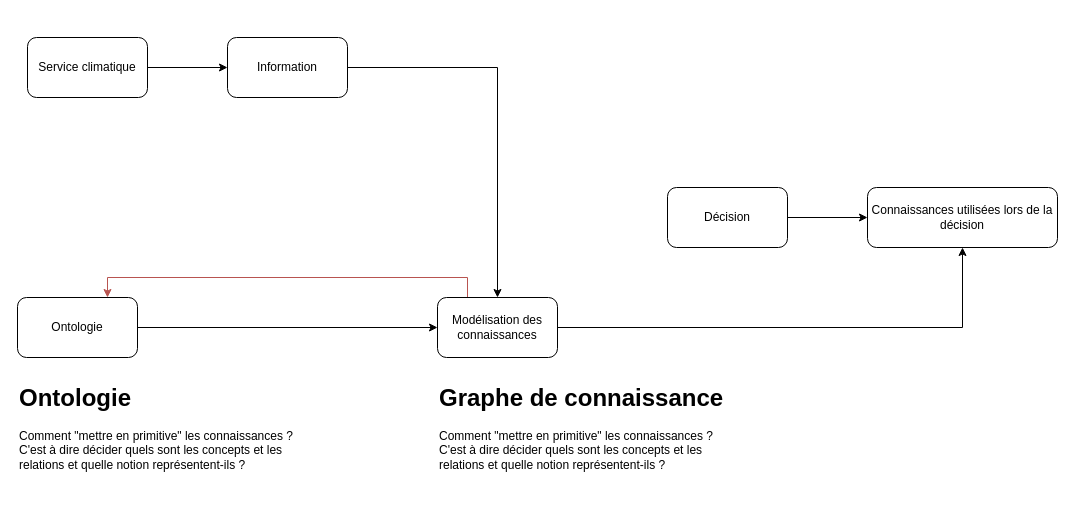
Earlier version of the draw.io diagram Reflexion these.drawio (Konsilion/konsilion-drive). Source tidied: cells renumbered, new cells numbered last; positions are measured from the earlier drawing's top-left corner, leaving out a move shared by most shapes. Both pictures are drawn from the tidied source at 100%, with x=0, y=0 at pixel (17, 37).
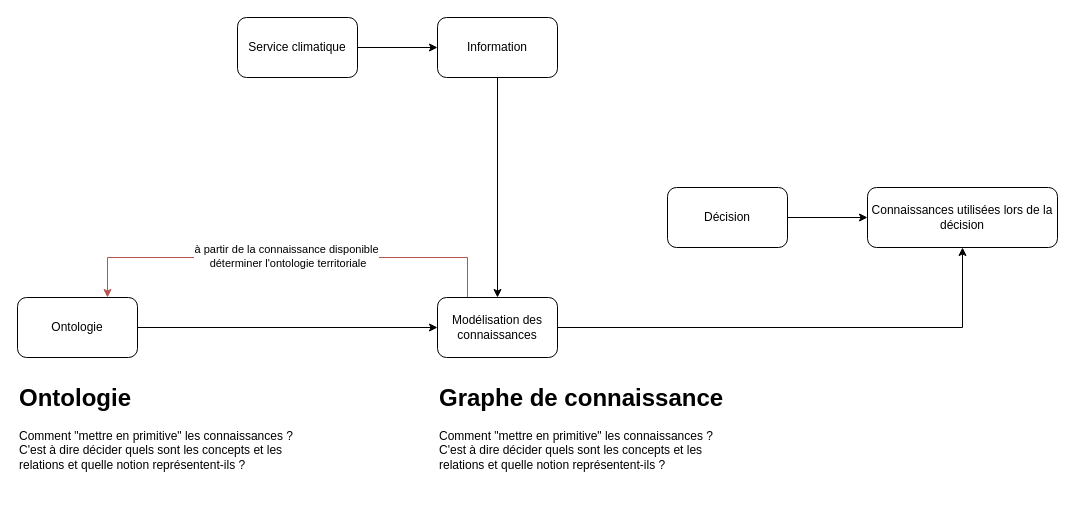
Above is the later version.

Commit message (it also covers changes not shown here):
Mettre à jour Reflexion these.drawio

Change to the diagram source:
```diff
@@
 <mxGraphModel>
   <root>
     <mxCell id="0" />
     <mxCell id="1" parent="0" />
     <mxCell id="2" style="edgeStyle=orthogonalEdgeStyle;rounded=0;jettySize=auto;html=1;" parent="1" edge="1" source="3" target="5">
       <mxGeometry relative="1" as="geometry" />
     </mxCell>
     <mxCell id="3" value="Service climatique" style="rounded=1;whiteSpace=wrap;html=1;" parent="1" vertex="1">
-      <mxGeometry x="10" width="120" height="60" as="geometry" />
+      <mxGeometry x="220" y="-20" width="120" height="60" as="geometry" />
     </mxCell>
     <mxCell id="4" style="edgeStyle=orthogonalEdgeStyle;rounded=0;jettySize=auto;html=1;entryX=0.5;entryY=0;entryDx=0;entryDy=0;" parent="1" edge="1" source="5" target="10">
       <mxGeometry relative="1" as="geometry" />
     </mxCell>
     <mxCell id="5" value="Information" style="rounded=1;whiteSpace=wrap;html=1;" parent="1" vertex="1">
-      <mxGeometry x="210" width="120" height="60" as="geometry" />
+      <mxGeometry x="420" y="-20" width="120" height="60" as="geometry" />
     </mxCell>
     <mxCell id="6" style="edgeStyle=orthogonalEdgeStyle;rounded=0;jettySize=auto;html=1;entryX=0;entryY=0.5;entryDx=0;entryDy=0;" parent="1" edge="1" source="7" target="10">
       <mxGeometry relative="1" as="geometry" />
     </mxCell>
     <mxCell id="7" value="Ontologie" style="rounded=1;whiteSpace=wrap;html=1;" parent="1" vertex="1">
       <mxGeometry y="260" width="120" height="60" as="geometry" />
     </mxCell>
     <mxCell id="8" style="edgeStyle=orthogonalEdgeStyle;rounded=0;jettySize=auto;html=1;entryX=0.5;entryY=1;entryDx=0;entryDy=0;" parent="1" edge="1" source="10" target="13">
       <mxGeometry relative="1" as="geometry" />
     </mxCell>
     <mxCell id="9" style="edgeStyle=orthogonalEdgeStyle;rounded=0;jettySize=auto;html=1;exitX=0.25;exitY=0;exitDx=0;exitDy=0;entryX=0.75;entryY=0;entryDx=0;entryDy=0;fillColor=#f8cecc;strokeColor=#b85450;" parent="1" edge="1" source="10" target="7">
-      <mxGeometry relative="1" as="geometry" />
+      <mxGeometry relative="1" as="geometry">
+        <Array as="points">
+          <mxPoint x="450" y="220" />
+          <mxPoint x="90" y="220" />
+        </Array>
+      </mxGeometry>
     </mxCell>
+    <mxCell id="16" value="à partir de la connaissance disponible&lt;div&gt;&amp;nbsp;déterminer l'ontologie territoriale&lt;/div&gt;" style="edgeLabel;html=1;align=center;verticalAlign=middle;" parent="9" vertex="1">
+      <mxGeometry x="0.01" y="-2" relative="1" as="geometry" />
+    </mxCell>
     <mxCell id="10" value="Modélisation des connaissances" style="rounded=1;whiteSpace=wrap;html=1;" parent="1" vertex="1">
       <mxGeometry x="420" y="260" width="120" height="60" as="geometry" />
     </mxCell>
     <mxCell id="11" style="edgeStyle=orthogonalEdgeStyle;rounded=0;jettySize=auto;html=1;" parent="1" edge="1" source="12" target="13">
       <mxGeometry relative="1" as="geometry" />
     </mxCell>
     <mxCell id="12" value="Décision" style="rounded=1;whiteSpace=wrap;html=1;" parent="1" vertex="1">
       <mxGeometry x="650" y="150" width="120" height="60" as="geometry" />
     </mxCell>
     <mxCell id="13" value="Connaissances utilisées lors de la décision" style="rounded=1;whiteSpace=wrap;html=1;" parent="1" vertex="1">
       <mxGeometry x="850" y="150" width="190" height="60" as="geometry" />
     </mxCell>
     <mxCell id="14" value="&lt;h1 style=&quot;margin-top: 0px;&quot;&gt;Ontologie&lt;/h1&gt;&lt;p&gt;Comment &quot;mettre en primitive&quot; les connaissances ? C'est à dire décider quels sont les concepts et les relations et quelle notion représentent-ils ?&lt;/p&gt;" style="text;html=1;whiteSpace=wrap;overflow=hidden;rounded=0;" parent="1" vertex="1">
       <mxGeometry y="340" width="300" height="120" as="geometry" />
     </mxCell>
     <mxCell id="15" value="&lt;h1 style=&quot;margin-top: 0px;&quot;&gt;Graphe de connaissance&lt;/h1&gt;&lt;p&gt;Comment &quot;mettre en primitive&quot; les connaissances ? C'est à dire décider quels sont les concepts et les relations et quelle notion représentent-ils ?&lt;/p&gt;" style="text;html=1;whiteSpace=wrap;overflow=hidden;rounded=0;" parent="1" vertex="1">
       <mxGeometry x="420" y="340" width="300" height="120" as="geometry" />
     </mxCell>
   </root>
 </mxGraphModel>
```
